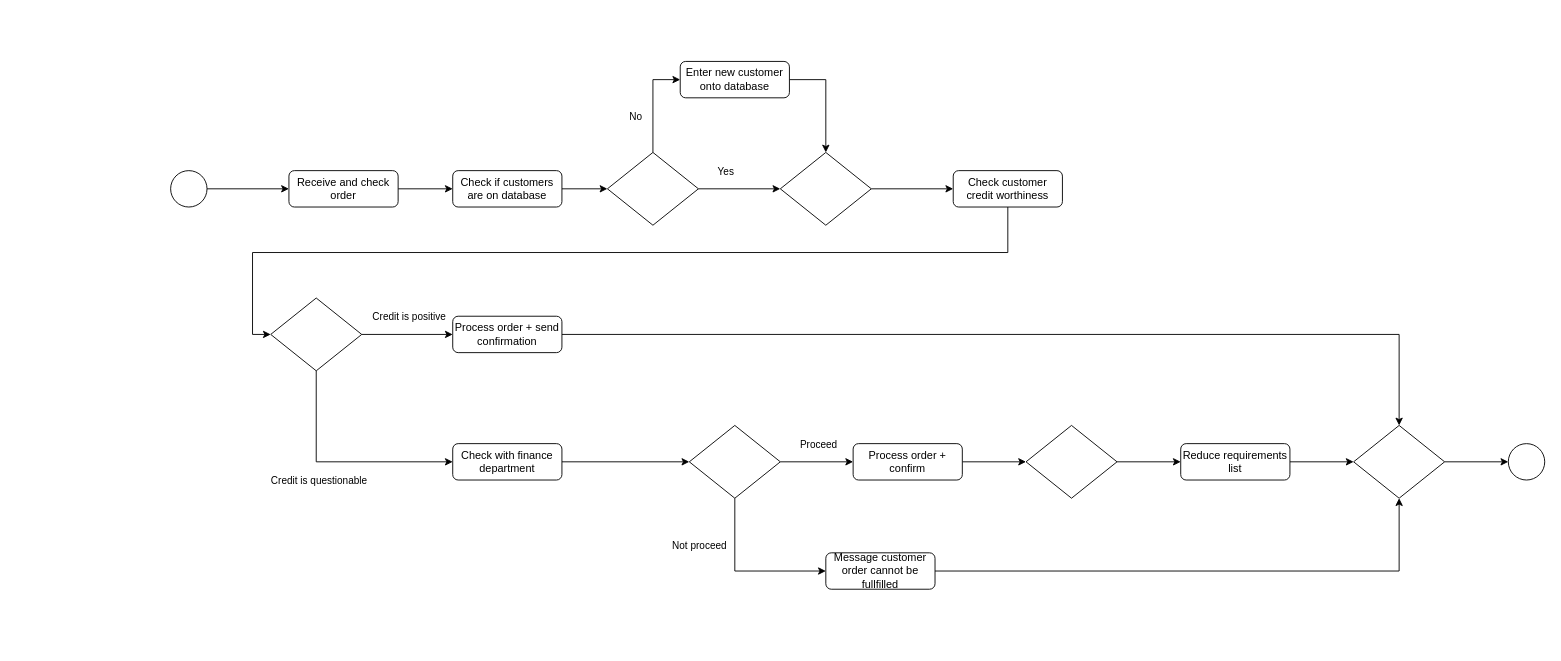
The draw.io diagram Answer-Exercise1.drawio in zft666zft/enterprise-system-architecture, before the edit. Source tidied: cells renumbered, new cells numbered last; positions are measured from the earlier drawing's top-left corner, leaving out a move shared by most shapes. Both pictures are drawn from the tidied source at 91%, with x=0, y=0 at pixel (170, 61).
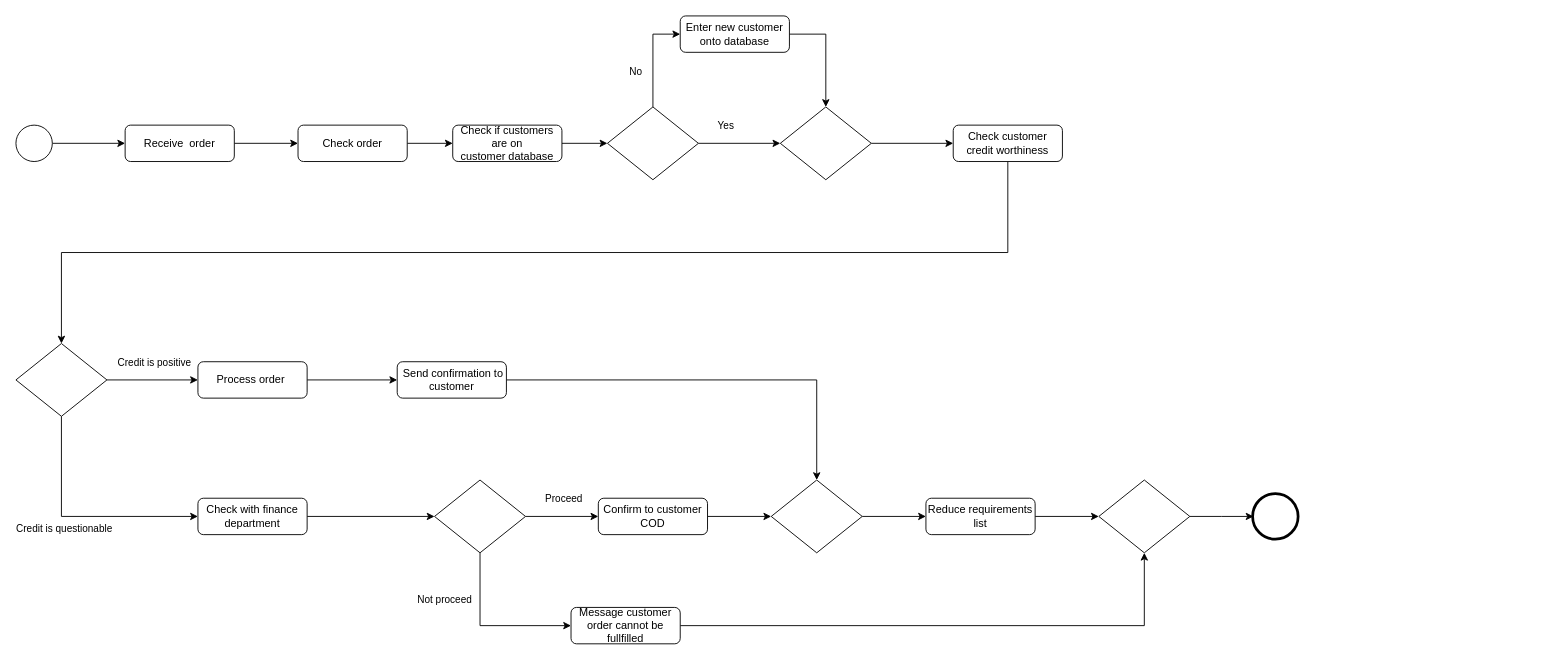
After the change.

Diff of the diagram source:
```diff
@@
-    <mxCell id="2" style="edgeStyle=orthogonalEdgeStyle;rounded=0;jettySize=auto;html=1;exitX=1;exitY=0.5;exitDx=0;exitDy=0;" parent="1" edge="1" source="3" target="7">
-      <mxGeometry relative="1" as="geometry" />
-    </mxCell>
+    <mxCell id="44" style="edgeStyle=orthogonalEdgeStyle;rounded=0;jettySize=auto;html=1;entryX=0;entryY=0.5;entryDx=0;entryDy=0;" parent="1" edge="1" source="3" target="50">
+      <mxGeometry relative="1" as="geometry" />
+    </mxCell>
-    <mxCell id="3" value="Receive and check order" style="rounded=1;whiteSpace=wrap;html=1;fontSize=12;glass=0;strokeWidth=1;shadow=0;" parent="1" vertex="1">
-      <mxGeometry x="130" y="120" width="120" height="40" as="geometry" />
+    <mxCell id="3" value="Receive&amp;nbsp; order" style="rounded=1;whiteSpace=wrap;html=1;fontSize=12;glass=0;strokeWidth=1;shadow=0;" parent="1" vertex="1">
+      <mxGeometry x="-50" y="70" width="120" height="40" as="geometry" />
     </mxCell>
@@
     <mxCell id="5" style="ellipse;whiteSpace=wrap;html=1;" parent="1" vertex="1">
-      <mxGeometry y="120" width="40" height="40" as="geometry" />
+      <mxGeometry x="-170" y="70" width="40" height="40" as="geometry" />
     </mxCell>
@@
-    <mxCell id="7" value="Check if customers are on database" style="rounded=1;whiteSpace=wrap;html=1;fontSize=12;glass=0;strokeWidth=1;shadow=0;" parent="1" vertex="1">
-      <mxGeometry x="310" y="120" width="120" height="40" as="geometry" />
+    <mxCell id="7" value="Check if customers are on customer&amp;nbsp;database" style="rounded=1;whiteSpace=wrap;html=1;fontSize=12;glass=0;strokeWidth=1;shadow=0;" parent="1" vertex="1">
+      <mxGeometry x="310" y="70" width="120" height="40" as="geometry" />
     </mxCell>
@@
     <mxCell id="12" style="rhombus;whiteSpace=wrap;html=1;shadow=0;fontFamily=Helvetica;fontSize=12;align=center;strokeWidth=1;spacing=6;spacingTop=-4;" parent="1" vertex="1">
-      <mxGeometry x="480" y="100" width="100" height="80" as="geometry" />
+      <mxGeometry x="480" y="50" width="100" height="80" as="geometry" />
     </mxCell>
     <mxCell id="13" style="edgeStyle=orthogonalEdgeStyle;rounded=0;jettySize=auto;html=1;entryX=0.5;entryY=0;entryDx=0;entryDy=0;" parent="1" edge="1" source="14" target="16">
       <mxGeometry relative="1" as="geometry">
         <Array as="points">
-          <mxPoint x="720" y="20" />
+          <mxPoint x="720" y="-30" />
         </Array>
       </mxGeometry>
     </mxCell>
     <mxCell id="14" value="Enter new customer onto database" style="rounded=1;whiteSpace=wrap;html=1;fontSize=12;glass=0;strokeWidth=1;shadow=0;" parent="1" vertex="1">
-      <mxGeometry x="560" width="120" height="40" as="geometry" />
+      <mxGeometry x="560" y="-50" width="120" height="40" as="geometry" />
     </mxCell>
@@
     <mxCell id="16" style="rhombus;whiteSpace=wrap;html=1;shadow=0;fontFamily=Helvetica;fontSize=12;align=center;strokeWidth=1;spacing=6;spacingTop=-4;" parent="1" vertex="1">
-      <mxGeometry x="670" y="100" width="100" height="80" as="geometry" />
+      <mxGeometry x="670" y="50" width="100" height="80" as="geometry" />
     </mxCell>
-    <mxCell id="17" style="edgeStyle=orthogonalEdgeStyle;rounded=0;jettySize=auto;html=1;entryX=0;entryY=0.5;entryDx=0;entryDy=0;" parent="1" edge="1" source="18" target="23">
-      <mxGeometry relative="1" as="geometry">
-        <Array as="points">
-          <mxPoint x="920" y="210" />
-          <mxPoint x="90" y="210" />
-          <mxPoint x="90" y="300" />
-        </Array>
-      </mxGeometry>
+    <mxCell id="17" style="edgeStyle=elbowEdgeStyle;rounded=0;jettySize=auto;html=1;elbow=vertical;entryX=0.5;entryY=0;entryDx=0;entryDy=0;" parent="1" edge="1" source="18" target="23">
+      <mxGeometry relative="1" as="geometry" />
     </mxCell>
     <mxCell id="18" value="Check customer credit worthiness" style="rounded=1;whiteSpace=wrap;html=1;fontSize=12;glass=0;strokeWidth=1;shadow=0;" parent="1" vertex="1">
-      <mxGeometry x="860" y="120" width="120" height="40" as="geometry" />
+      <mxGeometry x="860" y="70" width="120" height="40" as="geometry" />
     </mxCell>
@@
     <mxCell id="21" style="edgeStyle=orthogonalEdgeStyle;rounded=0;jettySize=auto;html=1;entryX=0;entryY=0.5;entryDx=0;entryDy=0;" parent="1" edge="1" source="23" target="27">
       <mxGeometry relative="1" as="geometry">
         <Array as="points">
-          <mxPoint x="160" y="440" />
+          <mxPoint x="-120" y="500" />
         </Array>
       </mxGeometry>
     </mxCell>
@@
     <mxCell id="23" style="rhombus;whiteSpace=wrap;html=1;shadow=0;fontFamily=Helvetica;fontSize=12;align=center;strokeWidth=1;spacing=6;spacingTop=-4;" parent="1" vertex="1">
-      <mxGeometry x="110" y="260" width="100" height="80" as="geometry" />
+      <mxGeometry x="-170" y="310" width="100" height="80" as="geometry" />
     </mxCell>
-    <mxCell id="24" style="edgeStyle=orthogonalEdgeStyle;rounded=0;jettySize=auto;html=1;entryX=0.5;entryY=0;entryDx=0;entryDy=0;" parent="1" edge="1" source="25" target="42">
-      <mxGeometry relative="1" as="geometry" />
-    </mxCell>
+    <mxCell id="45" style="edgeStyle=orthogonalEdgeStyle;rounded=0;jettySize=auto;html=1;entryX=0;entryY=0.5;entryDx=0;entryDy=0;" parent="1" edge="1" source="25" target="48">
+      <mxGeometry relative="1" as="geometry" />
+    </mxCell>
-    <mxCell id="25" value="Process order + send confirmation" style="rounded=1;whiteSpace=wrap;html=1;fontSize=12;glass=0;strokeWidth=1;shadow=0;" parent="1" vertex="1">
-      <mxGeometry x="310" y="280" width="120" height="40" as="geometry" />
+    <mxCell id="25" value="Process order&amp;nbsp;" style="rounded=1;whiteSpace=wrap;html=1;fontSize=12;glass=0;strokeWidth=1;shadow=0;" parent="1" vertex="1">
+      <mxGeometry x="30" y="330" width="120" height="40" as="geometry" />
     </mxCell>
@@
     <mxCell id="27" value="Check with finance department" style="rounded=1;whiteSpace=wrap;html=1;fontSize=12;glass=0;strokeWidth=1;shadow=0;" parent="1" vertex="1">
-      <mxGeometry x="310" y="420" width="120" height="40" as="geometry" />
+      <mxGeometry x="30" y="480" width="120" height="40" as="geometry" />
     </mxCell>
@@
     <mxCell id="30" style="edgeStyle=orthogonalEdgeStyle;rounded=0;jettySize=auto;html=1;entryX=0;entryY=0.5;entryDx=0;entryDy=0;" parent="1" edge="1" source="32" target="34">
       <mxGeometry relative="1" as="geometry">
         <Array as="points">
-          <mxPoint x="620" y="560" />
+          <mxPoint x="340" y="620" />
         </Array>
       </mxGeometry>
     </mxCell>
@@
     <mxCell id="32" style="rhombus;whiteSpace=wrap;html=1;shadow=0;fontFamily=Helvetica;fontSize=12;align=center;strokeWidth=1;spacing=6;spacingTop=-4;" parent="1" vertex="1">
-      <mxGeometry x="570" y="400" width="100" height="80" as="geometry" />
+      <mxGeometry x="290" y="460" width="100" height="80" as="geometry" />
     </mxCell>
@@
     <mxCell id="34" value="Message customer order cannot be fullfilled" style="rounded=1;whiteSpace=wrap;html=1;fontSize=12;glass=0;strokeWidth=1;shadow=0;" parent="1" vertex="1">
-      <mxGeometry x="720" y="540" width="120" height="40" as="geometry" />
+      <mxGeometry x="440" y="600" width="120" height="40" as="geometry" />
     </mxCell>
@@
     <mxCell id="36" style="rhombus;whiteSpace=wrap;html=1;shadow=0;fontFamily=Helvetica;fontSize=12;align=center;strokeWidth=1;spacing=6;spacingTop=-4;" parent="1" vertex="1">
-      <mxGeometry x="940" y="400" width="100" height="80" as="geometry" />
+      <mxGeometry x="660" y="460" width="100" height="80" as="geometry" />
     </mxCell>
@@
-    <mxCell id="38" value="Process order + confirm" style="rounded=1;whiteSpace=wrap;html=1;fontSize=12;glass=0;strokeWidth=1;shadow=0;" parent="1" vertex="1">
-      <mxGeometry x="750" y="420" width="120" height="40" as="geometry" />
+    <mxCell id="38" value="Confirm to customer&lt;div&gt;COD&lt;/div&gt;" style="rounded=1;whiteSpace=wrap;html=1;fontSize=12;glass=0;strokeWidth=1;shadow=0;" parent="1" vertex="1">
+      <mxGeometry x="470" y="480" width="120" height="40" as="geometry" />
     </mxCell>
@@
     <mxCell id="40" value="Reduce requirements list" style="rounded=1;whiteSpace=wrap;html=1;fontSize=12;glass=0;strokeWidth=1;shadow=0;" parent="1" vertex="1">
-      <mxGeometry x="1110" y="420" width="120" height="40" as="geometry" />
+      <mxGeometry x="830" y="480" width="120" height="40" as="geometry" />
     </mxCell>
-    <mxCell id="41" style="edgeStyle=orthogonalEdgeStyle;rounded=0;jettySize=auto;html=1;entryX=0;entryY=0.5;entryDx=0;entryDy=0;" parent="1" edge="1" source="42" target="43">
-      <mxGeometry relative="1" as="geometry" />
+    <mxCell id="41" style="edgeStyle=orthogonalEdgeStyle;rounded=0;jettySize=auto;html=1;entryX=0;entryY=0.5;entryDx=0;entryDy=0;" parent="1" edge="1" source="42">
+      <mxGeometry relative="1" as="geometry">
+        <mxPoint x="1190" y="500" as="targetPoint" />
+      </mxGeometry>
     </mxCell>
     <mxCell id="42" style="rhombus;whiteSpace=wrap;html=1;shadow=0;fontFamily=Helvetica;fontSize=12;align=center;strokeWidth=1;spacing=6;spacingTop=-4;" parent="1" vertex="1">
-      <mxGeometry x="1300" y="400" width="100" height="80" as="geometry" />
+      <mxGeometry x="1020" y="460" width="100" height="80" as="geometry" />
     </mxCell>
-    <mxCell id="43" style="ellipse;whiteSpace=wrap;html=1;" parent="1" vertex="1">
-      <mxGeometry x="1470" y="420" width="40" height="40" as="geometry" />
-    </mxCell>
+    <mxCell id="46" style="shape=mxgraph.bpmn.event;html=1;verticalLabelPosition=bottom;labelBackgroundColor=#ffffff;verticalAlign=top;align=center;perimeter=ellipsePerimeter;outline=end;symbol=terminate2;" parent="1" vertex="1">
+      <mxGeometry x="1189" y="475" width="50" height="50" as="geometry" />
+    </mxCell>
+    <mxCell id="47" style="edgeStyle=orthogonalEdgeStyle;rounded=0;jettySize=auto;html=1;entryX=0.5;entryY=0;entryDx=0;entryDy=0;" parent="1" edge="1" source="48" target="36">
+      <mxGeometry relative="1" as="geometry" />
+    </mxCell>
+    <mxCell id="48" value="&amp;nbsp;Send confirmation to customer" style="rounded=1;whiteSpace=wrap;html=1;fontSize=12;glass=0;strokeWidth=1;shadow=0;" parent="1" vertex="1">
+      <mxGeometry x="249" y="330" width="120" height="40" as="geometry" />
+    </mxCell>
+    <mxCell id="49" style="edgeStyle=orthogonalEdgeStyle;rounded=0;jettySize=auto;html=1;entryX=0;entryY=0.5;entryDx=0;entryDy=0;" parent="1" edge="1" source="50" target="7">
+      <mxGeometry relative="1" as="geometry" />
+    </mxCell>
+    <mxCell id="50" value="Check order" style="rounded=1;whiteSpace=wrap;html=1;fontSize=12;glass=0;strokeWidth=1;shadow=0;" parent="1" vertex="1">
+      <mxGeometry x="140" y="70" width="120" height="40" as="geometry" />
+    </mxCell>
```
